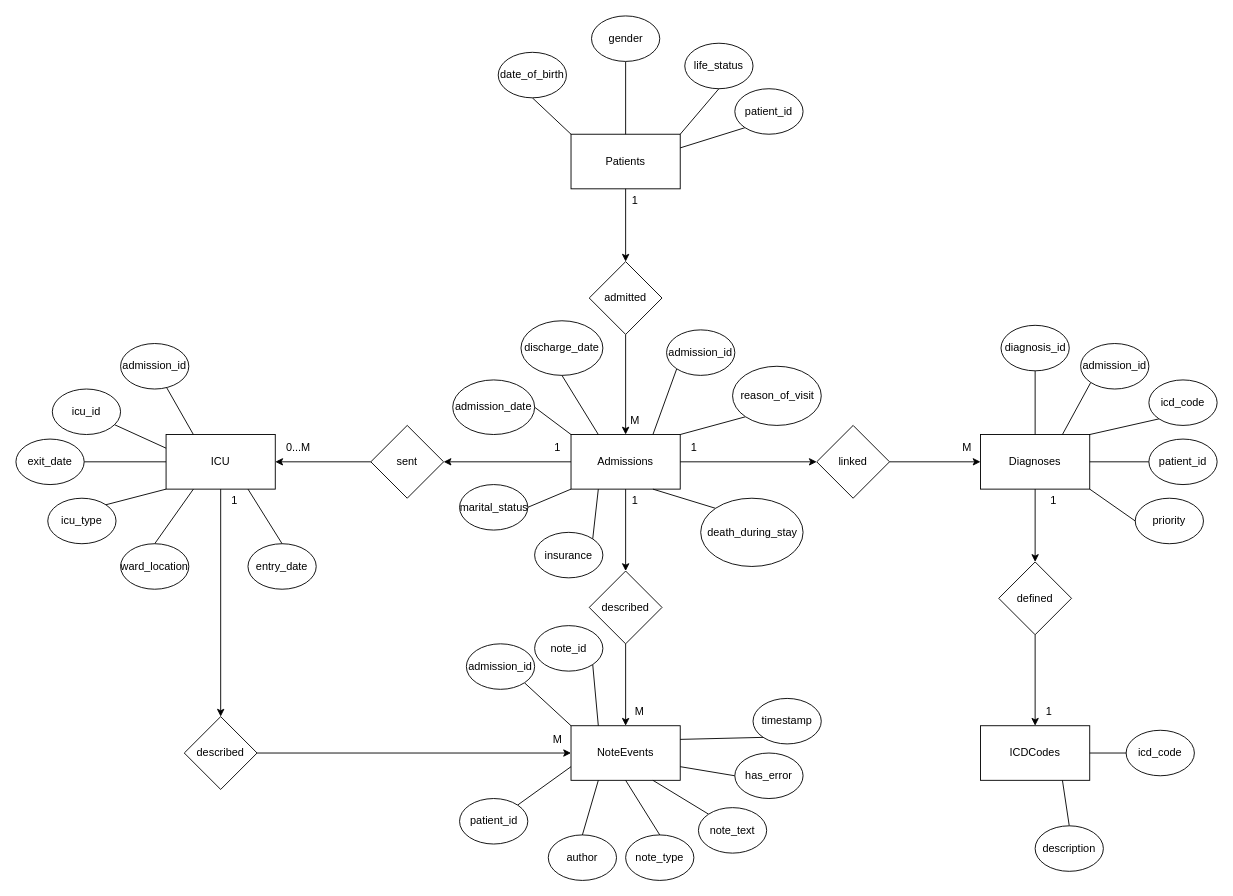
Earlier version of the draw.io diagram page "Chen Diagram" (3 of 3) of Untitled Diagram.drawio (Joshua131313/soen363). Source tidied: cells renumbered, new cells numbered last; positions are measured from the earlier drawing's top-left corner, leaving out a move shared by most shapes. Both pictures are drawn from the tidied source at 91%, with x=0, y=0 at pixel (15, 15).
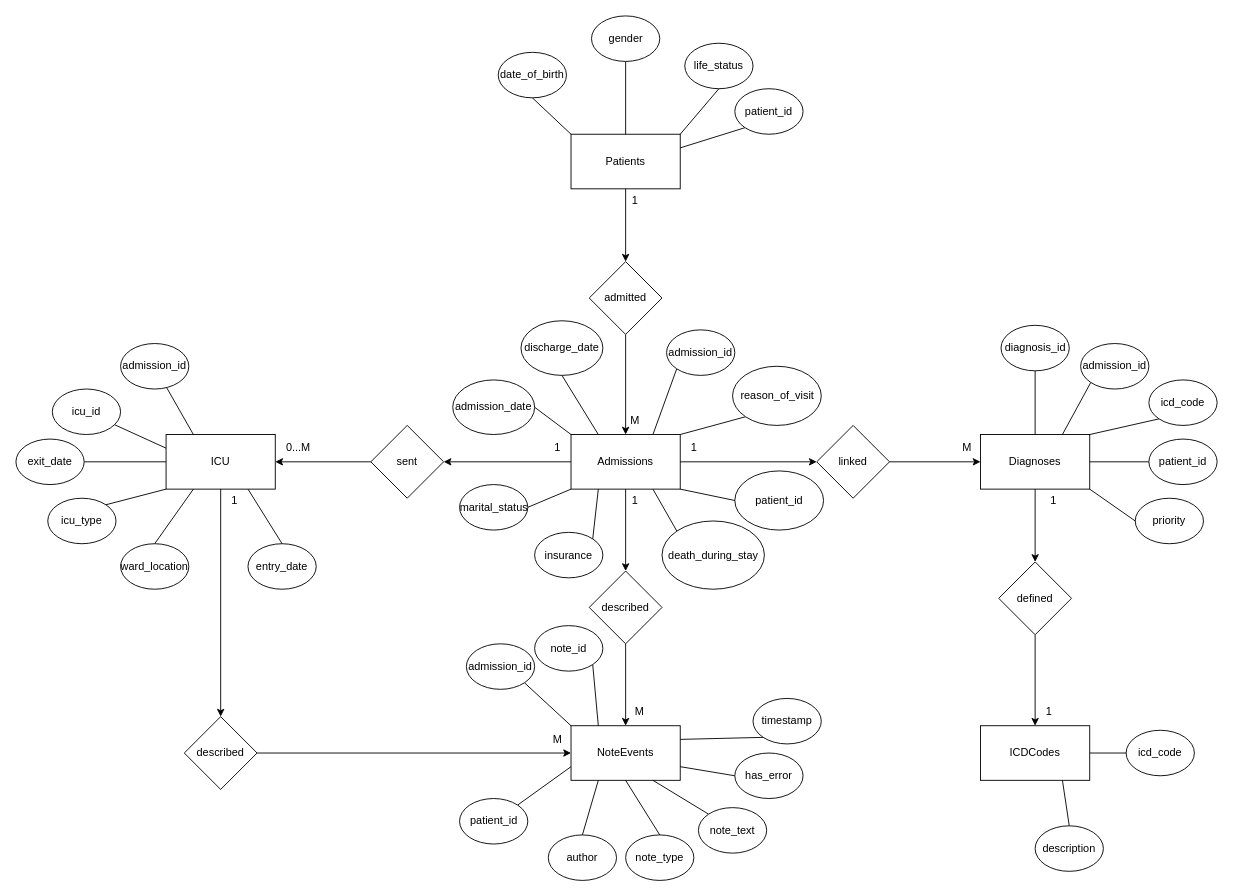
The same diagram, later.

The change refers to these unchanged cells:
```xml
<mxCell id="10" value="Admissions" style="whiteSpace=wrap;html=1;" parent="1" vertex="1">
  <mxGeometry x="610" y="460" width="120" height="60" as="geometry" />
</mxCell>
```

The edit, as a diff of the source:
```diff
@@
     <mxCell id="65" value="death_during_stay" style="ellipse;whiteSpace=wrap;html=1;" parent="1" vertex="1">
-      <mxGeometry x="752.5" y="530" width="112.5" height="75" as="geometry" />
+      <mxGeometry x="710" y="555" width="112.5" height="75" as="geometry" />
     </mxCell>
@@
+    <mxCell id="102" value="patient_id" style="ellipse;whiteSpace=wrap;html=1;" parent="1" vertex="1">
+      <mxGeometry x="790" y="500" width="97.5" height="65" as="geometry" />
+    </mxCell>
+    <mxCell id="103" style="rounded=0;jettySize=auto;html=1;exitX=0;exitY=0.5;exitDx=0;exitDy=0;entryX=1;entryY=1;entryDx=0;entryDy=0;endArrow=none;endFill=0;" parent="1" edge="1" source="102" target="10">
+      <mxGeometry relative="1" as="geometry" />
+    </mxCell>
```
